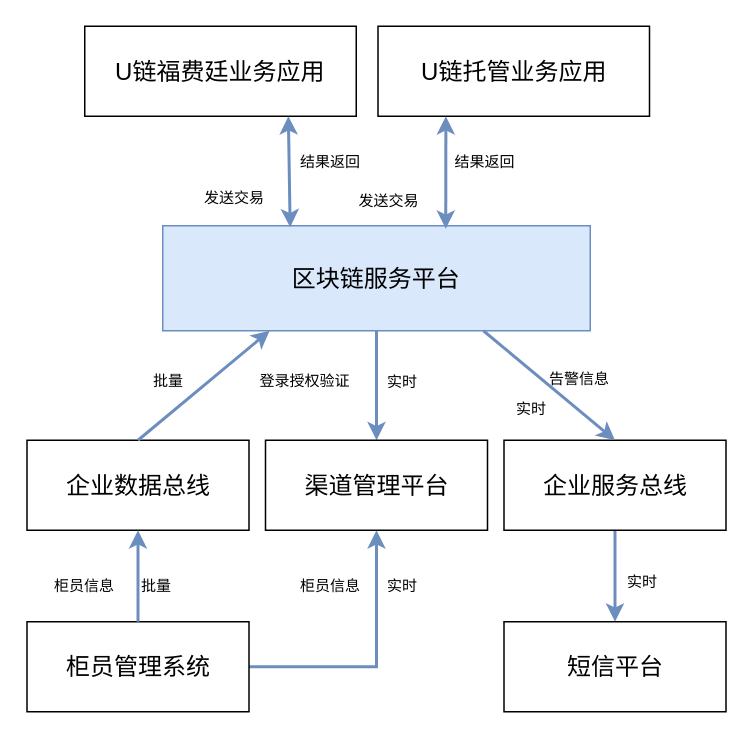
Above: repository/drawio/postb/上线部署-逻辑架构图.drawio in dilide/collections (draw.io), before the change. Source tidied: cells renumbered, new cells numbered last; positions are measured from the earlier drawing's top-left corner, leaving out a move shared by most shapes. Both pictures are drawn from the tidied source at 150%, with x=0, y=0 at pixel (27, 26).
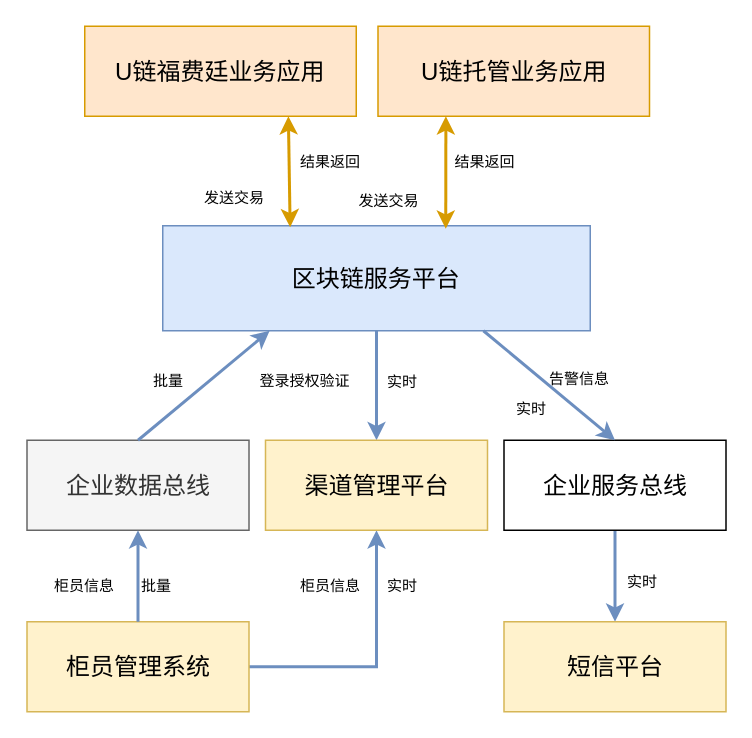
The same diagram, later.

Commit message (it also covers changes not shown here):
Update 上线部署-逻辑架构图.drawio

Unchanged cells that the change refers to:
```xml
<mxCell id="3" value="区块链服务平台" style="rounded=0;whiteSpace=wrap;html=1;fontSize=16;fillColor=#dae8fc;strokeColor=#6c8ebf;" parent="1" vertex="1">
  <mxGeometry x="90" y="133" width="285" height="70" as="geometry" />
</mxCell>
```

The edit, as a diff of the source:
```diff
@@
-    <mxCell id="4" value="U链福费廷业务应用" style="rounded=0;whiteSpace=wrap;html=1;fontSize=16;" parent="1" vertex="1">
+    <mxCell id="4" value="U链福费廷业务应用" style="rounded=0;whiteSpace=wrap;html=1;fontSize=16;fillColor=#ffe6cc;strokeColor=#d79b00;" parent="1" vertex="1">
       <mxGeometry x="38" width="181" height="60" as="geometry" />
     </mxCell>
-    <mxCell id="5" value="U链托管业务应用" style="rounded=0;whiteSpace=wrap;html=1;fontSize=16;" parent="1" vertex="1">
+    <mxCell id="5" value="U链托管业务应用" style="rounded=0;whiteSpace=wrap;html=1;fontSize=16;fillColor=#ffe6cc;strokeColor=#d79b00;" parent="1" vertex="1">
       <mxGeometry x="233.5" width="181" height="60" as="geometry" />
     </mxCell>
-    <mxCell id="6" value="企业数据总线" style="rounded=0;whiteSpace=wrap;html=1;fontSize=16;" parent="1" vertex="1">
+    <mxCell id="6" value="企业数据总线" style="rounded=0;whiteSpace=wrap;html=1;fontSize=16;fillColor=#f5f5f5;strokeColor=#666666;fontColor=#333333;" parent="1" vertex="1">
       <mxGeometry x="-0.5" y="276" width="148" height="60" as="geometry" />
     </mxCell>
@@
-    <mxCell id="10" value="柜员管理系统" style="rounded=0;whiteSpace=wrap;html=1;fontSize=16;" parent="1" vertex="1">
+    <mxCell id="10" value="柜员管理系统" style="rounded=0;whiteSpace=wrap;html=1;fontSize=16;fillColor=#fff2cc;strokeColor=#d6b656;" parent="1" vertex="1">
       <mxGeometry x="-0.5" y="397" width="148" height="60" as="geometry" />
     </mxCell>
-    <mxCell id="11" value="渠道管理平台" style="rounded=0;whiteSpace=wrap;html=1;fontSize=16;" parent="1" vertex="1">
+    <mxCell id="11" value="渠道管理平台" style="rounded=0;whiteSpace=wrap;html=1;fontSize=16;fillColor=#fff2cc;strokeColor=#d6b656;" parent="1" vertex="1">
       <mxGeometry x="158.5" y="276" width="148" height="60" as="geometry" />
     </mxCell>
-    <mxCell id="12" value="短信平台" style="rounded=0;whiteSpace=wrap;html=1;fontSize=16;" parent="1" vertex="1">
+    <mxCell id="12" value="短信平台" style="rounded=0;whiteSpace=wrap;html=1;fontSize=16;fillColor=#fff2cc;strokeColor=#d6b656;" parent="1" vertex="1">
       <mxGeometry x="317.5" y="397" width="148" height="60" as="geometry" />
     </mxCell>
-    <mxCell id="13" style="endArrow=classic;startArrow=classic;html=1;strokeColor=#6C8EBF;strokeWidth=2;fontSize=16;entryX=0.75;entryY=1;entryDx=0;entryDy=0;exitX=0.298;exitY=0.014;exitDx=0;exitDy=0;exitPerimeter=0;" parent="1" edge="1" source="3" target="4">
+    <mxCell id="13" style="endArrow=classic;startArrow=classic;html=1;strokeColor=#d79b00;strokeWidth=2;fontSize=16;entryX=0.75;entryY=1;entryDx=0;entryDy=0;exitX=0.298;exitY=0.014;exitDx=0;exitDy=0;exitPerimeter=0;fillColor=#ffe6cc;" parent="1" edge="1" source="3" target="4">
       <mxGeometry relative="1" as="geometry" />
     </mxCell>
-    <mxCell id="14" style="endArrow=classic;startArrow=classic;html=1;strokeColor=#6C8EBF;strokeWidth=2;fontSize=16;entryX=0.25;entryY=1;entryDx=0;entryDy=0;exitX=0.662;exitY=0.029;exitDx=0;exitDy=0;exitPerimeter=0;" parent="1" edge="1" source="3" target="5">
+    <mxCell id="14" style="endArrow=classic;startArrow=classic;html=1;strokeColor=#d79b00;strokeWidth=2;fontSize=16;entryX=0.25;entryY=1;entryDx=0;entryDy=0;exitX=0.662;exitY=0.029;exitDx=0;exitDy=0;exitPerimeter=0;fillColor=#ffe6cc;" parent="1" edge="1" source="3" target="5">
       <mxGeometry relative="1" as="geometry" />
     </mxCell>
```
